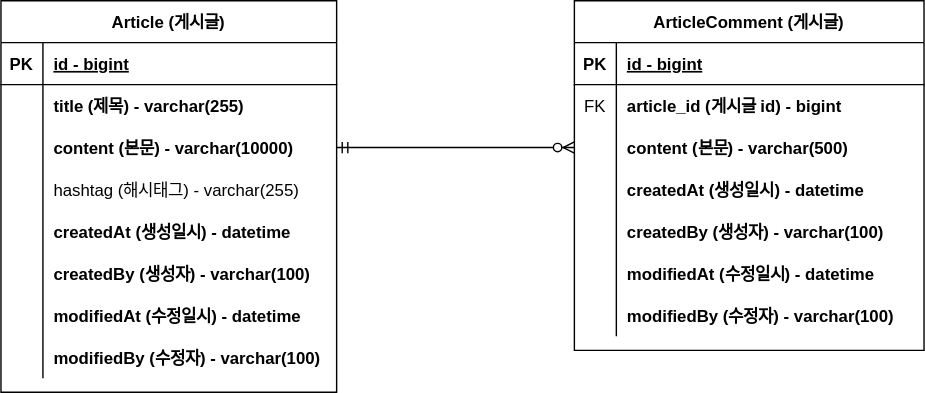
Above: document/project-board-erd.svg in riderkaman/fastcampus-project-board (draw.io), before the change. Source tidied: cells renumbered, new cells last; positions are measured from the earlier drawing's top-left corner, leaving out a move shared by most shapes.
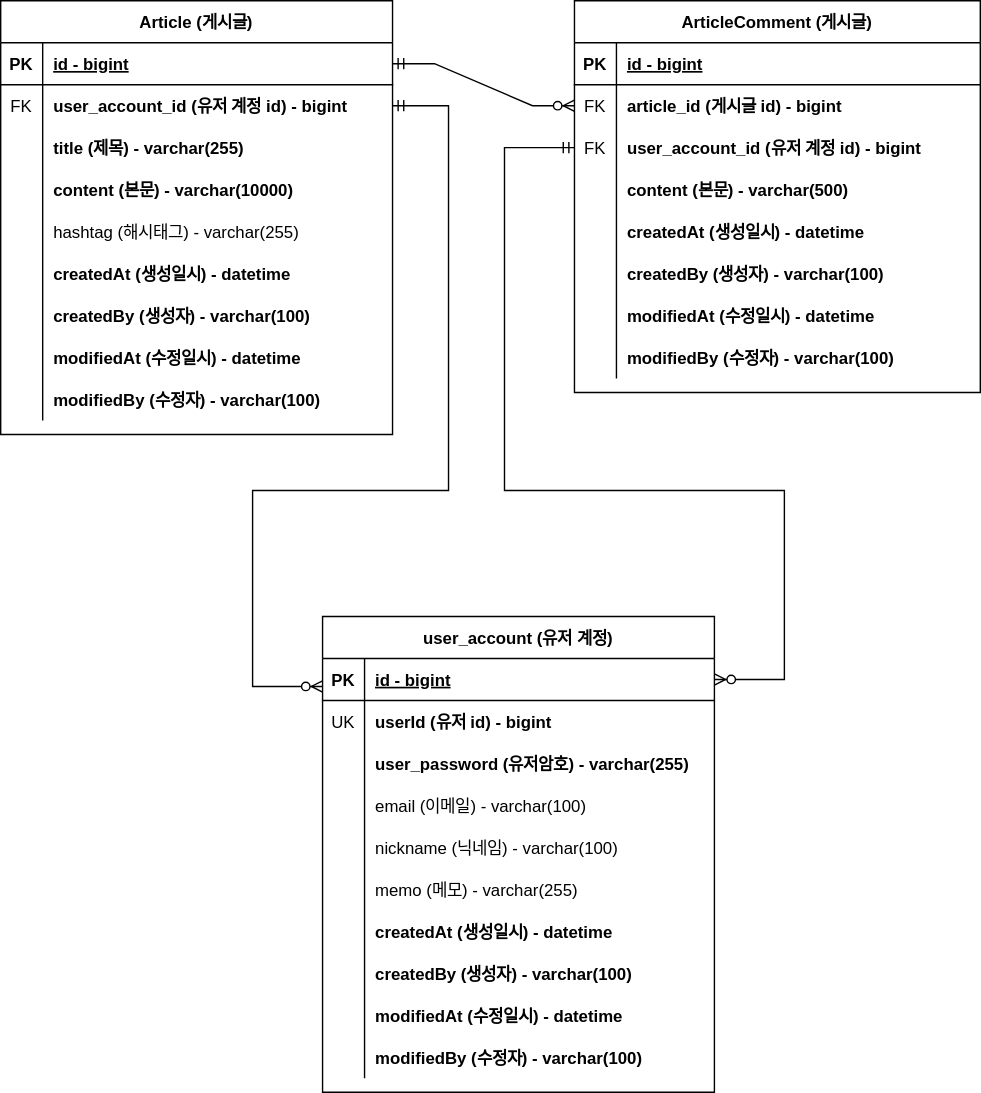
After the commit.

Commit message:
#26 - 계정 도메인 업데이트를 위한 ERD 업데이트: project-board-erd.svg

Diff of the diagram source:
```diff
@@ -5,6 +5,6 @@
     <mxCell id="2" value="Article (게시글)" style="shape=table;startSize=30;rowLines=0;fontStyle=1;align=center;" parent="1" vertex="1">
-      <mxGeometry width="240" height="280" as="geometry" />
+      <mxGeometry width="280" height="310" as="geometry" />
     </mxCell>
     <mxCell id="3" style="shape=partialRectangle;fillColor=none;points=[[0,0.5],[1,0.5]];portConstraint=eastwest;top=0;left=0;right=0;bottom=1;" parent="2" vertex="1">
-      <mxGeometry y="30" width="240" height="30" as="geometry" />
+      <mxGeometry y="30" width="280" height="30" as="geometry" />
     </mxCell>
@@ -14,15 +14,24 @@
     <mxCell id="5" value="id - bigint" style="shape=partialRectangle;overflow=hidden;fillColor=none;top=0;left=0;bottom=0;right=0;align=left;spacingLeft=6;fontStyle=5;" parent="3" vertex="1">
-      <mxGeometry x="30" width="210" height="30" as="geometry" />
+      <mxGeometry x="30" width="250" height="30" as="geometry" />
     </mxCell>
     <mxCell id="6" style="shape=partialRectangle;fillColor=none;points=[[0,0.5],[1,0.5]];portConstraint=eastwest;top=0;left=0;right=0;bottom=0;" parent="2" vertex="1">
-      <mxGeometry y="60" width="240" height="30" as="geometry" />
+      <mxGeometry y="60" width="280" height="30" as="geometry" />
     </mxCell>
-    <mxCell id="7" style="shape=partialRectangle;overflow=hidden;fillColor=none;top=0;left=0;bottom=0;right=0;" parent="6" vertex="1">
+    <mxCell id="7" value="FK" style="shape=partialRectangle;overflow=hidden;fillColor=none;top=0;left=0;bottom=0;right=0;" parent="6" vertex="1">
       <mxGeometry width="30" height="30" as="geometry" />
     </mxCell>
-    <mxCell id="8" value="title (제목) - varchar(255)" style="shape=partialRectangle;overflow=hidden;fillColor=none;top=0;left=0;bottom=0;right=0;align=left;spacingLeft=6;fontStyle=1;" parent="6" vertex="1">
-      <mxGeometry x="30" width="210" height="30" as="geometry" />
+    <mxCell id="8" value="user_account_id (유저 계정 id) - bigint" style="shape=partialRectangle;overflow=hidden;fillColor=none;top=0;left=0;bottom=0;right=0;align=left;spacingLeft=6;fontStyle=1;" parent="6" vertex="1">
+      <mxGeometry x="30" width="250" height="30" as="geometry" />
     </mxCell>
+    <mxCell id="50" style="shape=partialRectangle;fillColor=none;top=0;left=0;right=0;bottom=0;" parent="2" vertex="1">
+      <mxGeometry y="90" width="280" height="30" as="geometry" />
+    </mxCell>
+    <mxCell id="51" style="shape=partialRectangle;overflow=hidden;fillColor=none;top=0;left=0;bottom=0;right=0;" parent="50" vertex="1">
+      <mxGeometry width="30" height="30" as="geometry" />
+    </mxCell>
+    <mxCell id="52" value="title (제목) - varchar(255)" style="shape=partialRectangle;overflow=hidden;fillColor=none;top=0;left=0;bottom=0;right=0;align=left;spacingLeft=6;fontStyle=1;" parent="50" vertex="1">
+      <mxGeometry x="30" width="250" height="30" as="geometry" />
+    </mxCell>
     <mxCell id="9" style="shape=partialRectangle;fillColor=none;points=[[0,0.5],[1,0.5]];portConstraint=eastwest;top=0;left=0;right=0;bottom=0;" parent="2" vertex="1">
-      <mxGeometry y="90" width="240" height="30" as="geometry" />
+      <mxGeometry y="120" width="280" height="30" as="geometry" />
     </mxCell>
@@ -32,6 +41,6 @@
     <mxCell id="11" value="content (본문) - varchar(10000) " style="shape=partialRectangle;overflow=hidden;fillColor=none;top=0;left=0;bottom=0;right=0;align=left;spacingLeft=6;fontStyle=1;" parent="9" vertex="1">
-      <mxGeometry x="30" width="210" height="30" as="geometry" />
+      <mxGeometry x="30" width="250" height="30" as="geometry" />
     </mxCell>
     <mxCell id="12" style="shape=partialRectangle;fillColor=none;top=0;left=0;right=0;bottom=0;" parent="2" vertex="1">
-      <mxGeometry y="120" width="240" height="30" as="geometry" />
+      <mxGeometry y="150" width="280" height="30" as="geometry" />
     </mxCell>
@@ -41,6 +50,6 @@
     <mxCell id="14" value="hashtag (해시태그) - varchar(255)" style="shape=partialRectangle;overflow=hidden;fillColor=none;top=0;left=0;bottom=0;right=0;align=left;spacingLeft=6;" parent="12" vertex="1">
-      <mxGeometry x="30" width="210" height="30" as="geometry" />
+      <mxGeometry x="30" width="250" height="30" as="geometry" />
     </mxCell>
     <mxCell id="15" style="shape=partialRectangle;fillColor=none;top=0;left=0;right=0;bottom=0;" parent="2" vertex="1">
-      <mxGeometry y="150" width="240" height="30" as="geometry" />
+      <mxGeometry y="180" width="280" height="30" as="geometry" />
     </mxCell>
@@ -50,6 +59,6 @@
     <mxCell id="17" value="createdAt (생성일시) - datetime" style="shape=partialRectangle;overflow=hidden;fillColor=none;top=0;left=0;bottom=0;right=0;align=left;spacingLeft=6;fontStyle=1;" parent="15" vertex="1">
-      <mxGeometry x="30" width="210" height="30" as="geometry" />
+      <mxGeometry x="30" width="250" height="30" as="geometry" />
     </mxCell>
     <mxCell id="18" style="shape=partialRectangle;fillColor=none;top=0;left=0;right=0;bottom=0;" parent="2" vertex="1">
-      <mxGeometry y="180" width="240" height="30" as="geometry" />
+      <mxGeometry y="210" width="280" height="30" as="geometry" />
     </mxCell>
@@ -59,6 +68,6 @@
     <mxCell id="20" value="createdBy (생성자) - varchar(100)" style="shape=partialRectangle;overflow=hidden;fillColor=none;top=0;left=0;bottom=0;right=0;align=left;spacingLeft=6;fontStyle=1;" parent="18" vertex="1">
-      <mxGeometry x="30" width="210" height="30" as="geometry" />
+      <mxGeometry x="30" width="250" height="30" as="geometry" />
     </mxCell>
     <mxCell id="21" style="shape=partialRectangle;fillColor=none;top=0;left=0;right=0;bottom=0;" parent="2" vertex="1">
-      <mxGeometry y="210" width="240" height="30" as="geometry" />
+      <mxGeometry y="240" width="280" height="30" as="geometry" />
     </mxCell>
@@ -68,6 +77,6 @@
     <mxCell id="23" value="modifiedAt (수정일시) - datetime" style="shape=partialRectangle;overflow=hidden;fillColor=none;top=0;left=0;bottom=0;right=0;align=left;spacingLeft=6;fontStyle=1;" parent="21" vertex="1">
-      <mxGeometry x="30" width="210" height="30" as="geometry" />
+      <mxGeometry x="30" width="250" height="30" as="geometry" />
     </mxCell>
     <mxCell id="24" style="shape=partialRectangle;fillColor=none;top=0;left=0;right=0;bottom=0;" parent="2" vertex="1">
-      <mxGeometry y="240" width="240" height="30" as="geometry" />
+      <mxGeometry y="270" width="280" height="30" as="geometry" />
     </mxCell>
@@ -77,9 +86,9 @@
     <mxCell id="26" value="modifiedBy (수정자) - varchar(100)" style="shape=partialRectangle;overflow=hidden;fillColor=none;top=0;left=0;bottom=0;right=0;align=left;spacingLeft=6;fontStyle=1;" parent="24" vertex="1">
-      <mxGeometry x="30" width="210" height="30" as="geometry" />
+      <mxGeometry x="30" width="250" height="30" as="geometry" />
     </mxCell>
     <mxCell id="27" value="ArticleComment (게시글)" style="shape=table;startSize=30;rowLines=0;fontStyle=1;align=center;" parent="1" vertex="1">
-      <mxGeometry x="410" width="250" height="250" as="geometry" />
+      <mxGeometry x="410" width="290" height="280" as="geometry" />
     </mxCell>
     <mxCell id="28" style="shape=partialRectangle;fillColor=none;top=0;left=0;right=0;bottom=1;" parent="27" vertex="1">
-      <mxGeometry y="30" width="250" height="30" as="geometry" />
+      <mxGeometry y="30" width="290" height="30" as="geometry" />
     </mxCell>
@@ -89,6 +98,6 @@
     <mxCell id="30" value="id - bigint" style="shape=partialRectangle;overflow=hidden;fillColor=none;top=0;left=0;bottom=0;right=0;align=left;spacingLeft=6;fontStyle=5;" parent="28" vertex="1">
-      <mxGeometry x="30" width="220" height="30" as="geometry" />
+      <mxGeometry x="30" width="260" height="30" as="geometry" />
     </mxCell>
     <mxCell id="31" style="shape=partialRectangle;fillColor=none;points=[[0,0.5],[1,0.5]];portConstraint=eastwest;top=0;left=0;right=0;bottom=0;" parent="27" vertex="1">
-      <mxGeometry y="60" width="250" height="30" as="geometry" />
+      <mxGeometry y="60" width="290" height="30" as="geometry" />
     </mxCell>
@@ -98,6 +107,15 @@
     <mxCell id="33" value="article_id (게시글 id) - bigint" style="shape=partialRectangle;overflow=hidden;fillColor=none;top=0;left=0;bottom=0;right=0;align=left;spacingLeft=6;fontStyle=1;" parent="31" vertex="1">
-      <mxGeometry x="30" width="220" height="30" as="geometry" />
+      <mxGeometry x="30" width="260" height="30" as="geometry" />
     </mxCell>
+    <mxCell id="53" style="shape=partialRectangle;fillColor=none;points=[[0,0.5],[1,0.5]];portConstraint=eastwest;top=0;left=0;right=0;bottom=0;" parent="27" vertex="1">
+      <mxGeometry y="90" width="290" height="30" as="geometry" />
+    </mxCell>
+    <mxCell id="54" value="FK" style="shape=partialRectangle;overflow=hidden;fillColor=none;top=0;left=0;bottom=0;right=0;" parent="53" vertex="1">
+      <mxGeometry width="30" height="30" as="geometry" />
+    </mxCell>
+    <mxCell id="55" value="user_account_id (유저 계정 id) - bigint" style="shape=partialRectangle;overflow=hidden;fillColor=none;top=0;left=0;bottom=0;right=0;align=left;spacingLeft=6;fontStyle=1;" parent="53" vertex="1">
+      <mxGeometry x="30" width="260" height="30" as="geometry" />
+    </mxCell>
     <mxCell id="34" style="shape=partialRectangle;fillColor=none;points=[[0,0.5],[1,0.5]];portConstraint=eastwest;top=0;left=0;right=0;bottom=0;" parent="27" vertex="1">
-      <mxGeometry y="90" width="250" height="30" as="geometry" />
+      <mxGeometry y="120" width="290" height="30" as="geometry" />
     </mxCell>
@@ -107,6 +125,6 @@
     <mxCell id="36" value="content (본문) - varchar(500)" style="shape=partialRectangle;overflow=hidden;fillColor=none;top=0;left=0;bottom=0;right=0;align=left;spacingLeft=6;fontStyle=1;" parent="34" vertex="1">
-      <mxGeometry x="30" width="220" height="30" as="geometry" />
+      <mxGeometry x="30" width="260" height="30" as="geometry" />
     </mxCell>
     <mxCell id="37" style="shape=partialRectangle;fillColor=none;top=0;left=0;right=0;bottom=0;" parent="27" vertex="1">
-      <mxGeometry y="120" width="250" height="30" as="geometry" />
+      <mxGeometry y="150" width="290" height="30" as="geometry" />
     </mxCell>
@@ -116,6 +134,6 @@
     <mxCell id="39" value="createdAt (생성일시) - datetime" style="shape=partialRectangle;overflow=hidden;fillColor=none;top=0;left=0;bottom=0;right=0;align=left;spacingLeft=6;fontStyle=1;" parent="37" vertex="1">
-      <mxGeometry x="30" width="220" height="30" as="geometry" />
+      <mxGeometry x="30" width="260" height="30" as="geometry" />
     </mxCell>
     <mxCell id="40" style="shape=partialRectangle;fillColor=none;top=0;left=0;right=0;bottom=0;" parent="27" vertex="1">
-      <mxGeometry y="150" width="250" height="30" as="geometry" />
+      <mxGeometry y="180" width="290" height="30" as="geometry" />
     </mxCell>
@@ -125,6 +143,6 @@
     <mxCell id="42" value="createdBy (생성자) - varchar(100)" style="shape=partialRectangle;overflow=hidden;fillColor=none;top=0;left=0;bottom=0;right=0;align=left;spacingLeft=6;fontStyle=1;" parent="40" vertex="1">
-      <mxGeometry x="30" width="220" height="30" as="geometry" />
+      <mxGeometry x="30" width="260" height="30" as="geometry" />
     </mxCell>
     <mxCell id="43" style="shape=partialRectangle;fillColor=none;top=0;left=0;right=0;bottom=0;" parent="27" vertex="1">
-      <mxGeometry y="180" width="250" height="30" as="geometry" />
+      <mxGeometry y="210" width="290" height="30" as="geometry" />
     </mxCell>
@@ -134,6 +152,6 @@
     <mxCell id="45" value="modifiedAt (수정일시) - datetime" style="shape=partialRectangle;overflow=hidden;fillColor=none;top=0;left=0;bottom=0;right=0;align=left;spacingLeft=6;fontStyle=1;" parent="43" vertex="1">
-      <mxGeometry x="30" width="220" height="30" as="geometry" />
+      <mxGeometry x="30" width="260" height="30" as="geometry" />
     </mxCell>
     <mxCell id="46" style="shape=partialRectangle;fillColor=none;top=0;left=0;right=0;bottom=0;" parent="27" vertex="1">
-      <mxGeometry y="210" width="250" height="30" as="geometry" />
+      <mxGeometry y="240" width="290" height="30" as="geometry" />
     </mxCell>
@@ -143,7 +161,122 @@
     <mxCell id="48" value="modifiedBy (수정자) - varchar(100)" style="shape=partialRectangle;overflow=hidden;fillColor=none;top=0;left=0;bottom=0;right=0;align=left;spacingLeft=6;fontStyle=1;" parent="46" vertex="1">
-      <mxGeometry x="30" width="220" height="30" as="geometry" />
+      <mxGeometry x="30" width="260" height="30" as="geometry" />
     </mxCell>
-    <mxCell id="49" style="edgeStyle=entityRelationEdgeStyle;fontSize=12;html=1;endArrow=ERzeroToMany;startArrow=ERmandOne;rounded=0;exitX=1;exitY=0.5;exitDx=0;exitDy=0;entryX=0;entryY=0.5;entryDx=0;entryDy=0;" parent="1" edge="1" source="9" target="34">
+    <mxCell id="49" style="edgeStyle=entityRelationEdgeStyle;fontSize=12;html=1;endArrow=ERzeroToMany;startArrow=ERmandOne;rounded=0;exitX=1;exitY=0.5;exitDx=0;exitDy=0;entryX=0;entryY=0.5;entryDx=0;entryDy=0;" parent="1" edge="1" source="3" target="31">
       <mxGeometry relative="1" as="geometry" />
     </mxCell>
+    <mxCell id="56" value="user_account (유저 계정)" style="shape=table;startSize=30;rowLines=0;fontStyle=1;align=center;" parent="1" vertex="1">
+      <mxGeometry x="230" y="440" width="280" height="340" as="geometry" />
+    </mxCell>
+    <mxCell id="57" style="shape=partialRectangle;fillColor=none;top=0;left=0;right=0;bottom=1;" parent="56" vertex="1">
+      <mxGeometry y="30" width="280" height="30" as="geometry" />
+    </mxCell>
+    <mxCell id="58" value="PK" style="shape=partialRectangle;overflow=hidden;fillColor=none;top=0;left=0;bottom=0;right=0;fontStyle=1;" parent="57" vertex="1">
+      <mxGeometry width="30" height="30" as="geometry" />
+    </mxCell>
+    <mxCell id="59" value="id - bigint" style="shape=partialRectangle;overflow=hidden;fillColor=none;top=0;left=0;bottom=0;right=0;align=left;spacingLeft=6;fontStyle=5;" parent="57" vertex="1">
+      <mxGeometry x="30" width="250" height="30" as="geometry" />
+    </mxCell>
+    <mxCell id="60" style="shape=partialRectangle;fillColor=none;top=0;left=0;right=0;bottom=0;" parent="56" vertex="1">
+      <mxGeometry y="60" width="280" height="30" as="geometry" />
+    </mxCell>
+    <mxCell id="61" value="UK" style="shape=partialRectangle;overflow=hidden;fillColor=none;top=0;left=0;bottom=0;right=0;" parent="60" vertex="1">
+      <mxGeometry width="30" height="30" as="geometry" />
+    </mxCell>
+    <mxCell id="62" value="userId (유저 id) - bigint" style="shape=partialRectangle;overflow=hidden;fillColor=none;top=0;left=0;bottom=0;right=0;align=left;spacingLeft=6;fontStyle=1;" parent="60" vertex="1">
+      <mxGeometry x="30" width="250" height="30" as="geometry" />
+    </mxCell>
+    <mxCell id="63" style="shape=partialRectangle;fillColor=none;top=0;left=0;right=0;bottom=0;" parent="56" vertex="1">
+      <mxGeometry y="90" width="280" height="30" as="geometry" />
+    </mxCell>
+    <mxCell id="64" style="shape=partialRectangle;overflow=hidden;fillColor=none;top=0;left=0;bottom=0;right=0;" parent="63" vertex="1">
+      <mxGeometry width="30" height="30" as="geometry" />
+    </mxCell>
+    <mxCell id="65" value="user_password (유저암호) - varchar(255)" style="shape=partialRectangle;overflow=hidden;fillColor=none;top=0;left=0;bottom=0;right=0;align=left;spacingLeft=6;fontStyle=1;" parent="63" vertex="1">
+      <mxGeometry x="30" width="250" height="30" as="geometry" />
+    </mxCell>
+    <mxCell id="66" style="shape=partialRectangle;fillColor=none;top=0;left=0;right=0;bottom=0;" parent="56" vertex="1">
+      <mxGeometry y="120" width="280" height="30" as="geometry" />
+    </mxCell>
+    <mxCell id="67" style="shape=partialRectangle;overflow=hidden;fillColor=none;top=0;left=0;bottom=0;right=0;" parent="66" vertex="1">
+      <mxGeometry width="30" height="30" as="geometry" />
+    </mxCell>
+    <mxCell id="68" value="email (이메일) - varchar(100) " style="shape=partialRectangle;overflow=hidden;fillColor=none;top=0;left=0;bottom=0;right=0;align=left;spacingLeft=6;fontStyle=0;" parent="66" vertex="1">
+      <mxGeometry x="30" width="250" height="30" as="geometry" />
+    </mxCell>
+    <mxCell id="69" style="shape=partialRectangle;fillColor=none;top=0;left=0;right=0;bottom=0;" parent="56" vertex="1">
+      <mxGeometry y="150" width="280" height="30" as="geometry" />
+    </mxCell>
+    <mxCell id="70" style="shape=partialRectangle;overflow=hidden;fillColor=none;top=0;left=0;bottom=0;right=0;" parent="69" vertex="1">
+      <mxGeometry width="30" height="30" as="geometry" />
+    </mxCell>
+    <mxCell id="71" value="nickname (닉네임) - varchar(100)" style="shape=partialRectangle;overflow=hidden;fillColor=none;top=0;left=0;bottom=0;right=0;align=left;spacingLeft=6;" parent="69" vertex="1">
+      <mxGeometry x="30" width="250" height="30" as="geometry" />
+    </mxCell>
+    <mxCell id="72" style="shape=partialRectangle;fillColor=none;top=0;left=0;right=0;bottom=0;" parent="56" vertex="1">
+      <mxGeometry y="180" width="280" height="30" as="geometry" />
+    </mxCell>
+    <mxCell id="73" style="shape=partialRectangle;overflow=hidden;fillColor=none;top=0;left=0;bottom=0;right=0;" parent="72" vertex="1">
+      <mxGeometry width="30" height="30" as="geometry" />
+    </mxCell>
+    <mxCell id="74" value="memo (메모) - varchar(255)" style="shape=partialRectangle;overflow=hidden;fillColor=none;top=0;left=0;bottom=0;right=0;align=left;spacingLeft=6;" parent="72" vertex="1">
+      <mxGeometry x="30" width="250" height="30" as="geometry" />
+    </mxCell>
+    <mxCell id="75" style="shape=partialRectangle;fillColor=none;top=0;left=0;right=0;bottom=0;" parent="56" vertex="1">
+      <mxGeometry y="210" width="280" height="30" as="geometry" />
+    </mxCell>
+    <mxCell id="76" style="shape=partialRectangle;overflow=hidden;fillColor=none;top=0;left=0;bottom=0;right=0;" parent="75" vertex="1">
+      <mxGeometry width="30" height="30" as="geometry" />
+    </mxCell>
+    <mxCell id="77" value="createdAt (생성일시) - datetime" style="shape=partialRectangle;overflow=hidden;fillColor=none;top=0;left=0;bottom=0;right=0;align=left;spacingLeft=6;fontStyle=1;" parent="75" vertex="1">
+      <mxGeometry x="30" width="250" height="30" as="geometry" />
+    </mxCell>
+    <mxCell id="78" style="shape=partialRectangle;fillColor=none;top=0;left=0;right=0;bottom=0;" parent="56" vertex="1">
+      <mxGeometry y="240" width="280" height="30" as="geometry" />
+    </mxCell>
+    <mxCell id="79" style="shape=partialRectangle;overflow=hidden;fillColor=none;top=0;left=0;bottom=0;right=0;" parent="78" vertex="1">
+      <mxGeometry width="30" height="30" as="geometry" />
+    </mxCell>
+    <mxCell id="80" value="createdBy (생성자) - varchar(100)" style="shape=partialRectangle;overflow=hidden;fillColor=none;top=0;left=0;bottom=0;right=0;align=left;spacingLeft=6;fontStyle=1;" parent="78" vertex="1">
+      <mxGeometry x="30" width="250" height="30" as="geometry" />
+    </mxCell>
+    <mxCell id="81" style="shape=partialRectangle;fillColor=none;top=0;left=0;right=0;bottom=0;" parent="56" vertex="1">
+      <mxGeometry y="270" width="280" height="30" as="geometry" />
+    </mxCell>
+    <mxCell id="82" style="shape=partialRectangle;overflow=hidden;fillColor=none;top=0;left=0;bottom=0;right=0;" parent="81" vertex="1">
+      <mxGeometry width="30" height="30" as="geometry" />
+    </mxCell>
+    <mxCell id="83" value="modifiedAt (수정일시) - datetime" style="shape=partialRectangle;overflow=hidden;fillColor=none;top=0;left=0;bottom=0;right=0;align=left;spacingLeft=6;fontStyle=1;" parent="81" vertex="1">
+      <mxGeometry x="30" width="250" height="30" as="geometry" />
+    </mxCell>
+    <mxCell id="84" style="shape=partialRectangle;fillColor=none;top=0;left=0;right=0;bottom=0;" parent="56" vertex="1">
+      <mxGeometry y="300" width="280" height="30" as="geometry" />
+    </mxCell>
+    <mxCell id="85" style="shape=partialRectangle;overflow=hidden;fillColor=none;top=0;left=0;bottom=0;right=0;" parent="84" vertex="1">
+      <mxGeometry width="30" height="30" as="geometry" />
+    </mxCell>
+    <mxCell id="86" value="modifiedBy (수정자) - varchar(100)" style="shape=partialRectangle;overflow=hidden;fillColor=none;top=0;left=0;bottom=0;right=0;align=left;spacingLeft=6;fontStyle=1;" parent="84" vertex="1">
+      <mxGeometry x="30" width="250" height="30" as="geometry" />
+    </mxCell>
+    <mxCell id="87" style="edgeStyle=orthogonalEdgeStyle;fontSize=12;html=1;endArrow=ERzeroToMany;startArrow=ERmandOne;rounded=0;exitX=1;exitY=0.5;exitDx=0;exitDy=0;" parent="1" edge="1" source="6">
+      <mxGeometry relative="1" as="geometry">
+        <mxPoint x="230" y="490" as="targetPoint" />
+        <Array as="points">
+          <mxPoint x="320" y="75" />
+          <mxPoint x="320" y="350" />
+          <mxPoint x="180" y="350" />
+          <mxPoint x="180" y="490" />
+        </Array>
+      </mxGeometry>
+    </mxCell>
+    <mxCell id="88" style="fontSize=12;html=1;endArrow=ERzeroToMany;startArrow=ERmandOne;rounded=0;exitX=0;exitY=0.5;exitDx=0;exitDy=0;edgeStyle=orthogonalEdgeStyle;" parent="1" edge="1" source="53">
+      <mxGeometry relative="1" as="geometry">
+        <mxPoint x="510" y="485" as="targetPoint" />
+        <Array as="points">
+          <mxPoint x="360" y="105" />
+          <mxPoint x="360" y="350" />
+          <mxPoint x="560" y="350" />
+          <mxPoint x="560" y="485" />
+        </Array>
+      </mxGeometry>
+    </mxCell>
   </root>
```
